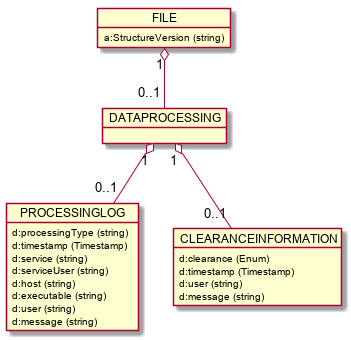
OpenRailAssociation/rcm-dx keeps this PlantUML diagram as images/generated/rcmdx_file_group.png. Above is the earlier version. Its diagram source:
```plantuml
@startuml rcmdx_file_group

  object FILE {
    a:StructureVersion (string)
  }

  object DATAPROCESSING {
  }
  FILE "1" o-- "0..1" DATAPROCESSING

  object PROCESSINGLOG {
    d:processingType (string)
    d:timestamp (Timestamp)
    d:service (string)
    d:serviceUser (string)
    d:host (string)
    d:executable (string)
    d:user (string)
    d:message (string)
  }
  DATAPROCESSING "1" o-- "0..1" PROCESSINGLOG

  object CLEARANCEINFORMATION {
    d:clearance (Enum)
    d:timestamp (Timestamp)
    d:user (string)
    d:message (string)
  }
  DATAPROCESSING "1" o-- "0..1" CLEARANCEINFORMATION
@enduml
```
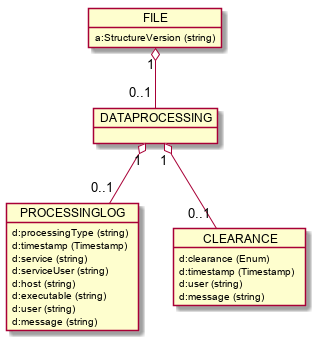
Later version of the same file.

The edit, as a diff of the source:
```diff
@@ -20,11 +20,11 @@
   }
   DATAPROCESSING "1" o-- "0..1" PROCESSINGLOG
 
-  object CLEARANCEINFORMATION {
+  object CLEARANCE {
     d:clearance (Enum)
     d:timestamp (Timestamp)
     d:user (string)
     d:message (string)
   }
-  DATAPROCESSING "1" o-- "0..1" CLEARANCEINFORMATION
+  DATAPROCESSING "1" o-- "0..1" CLEARANCE
 @enduml
```
